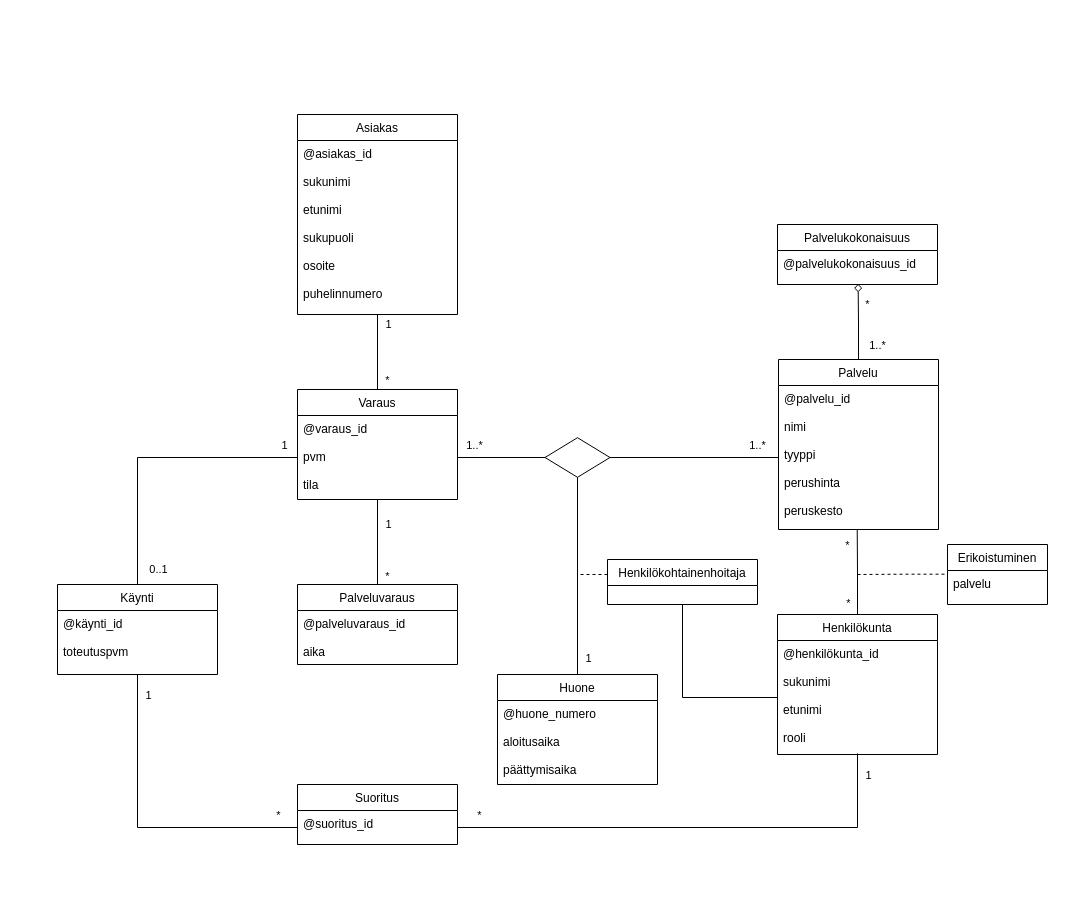
Earlier version of the draw.io diagram SQL mallintamis.drawio (lucylucyy/diagrams). Source tidied: cells renumbered, new cells numbered last; positions are measured from the earlier drawing's top-left corner, leaving out a move shared by most shapes. Both pictures are drawn from the tidied source at 100%, with x=0, y=0 at pixel (57, 114).
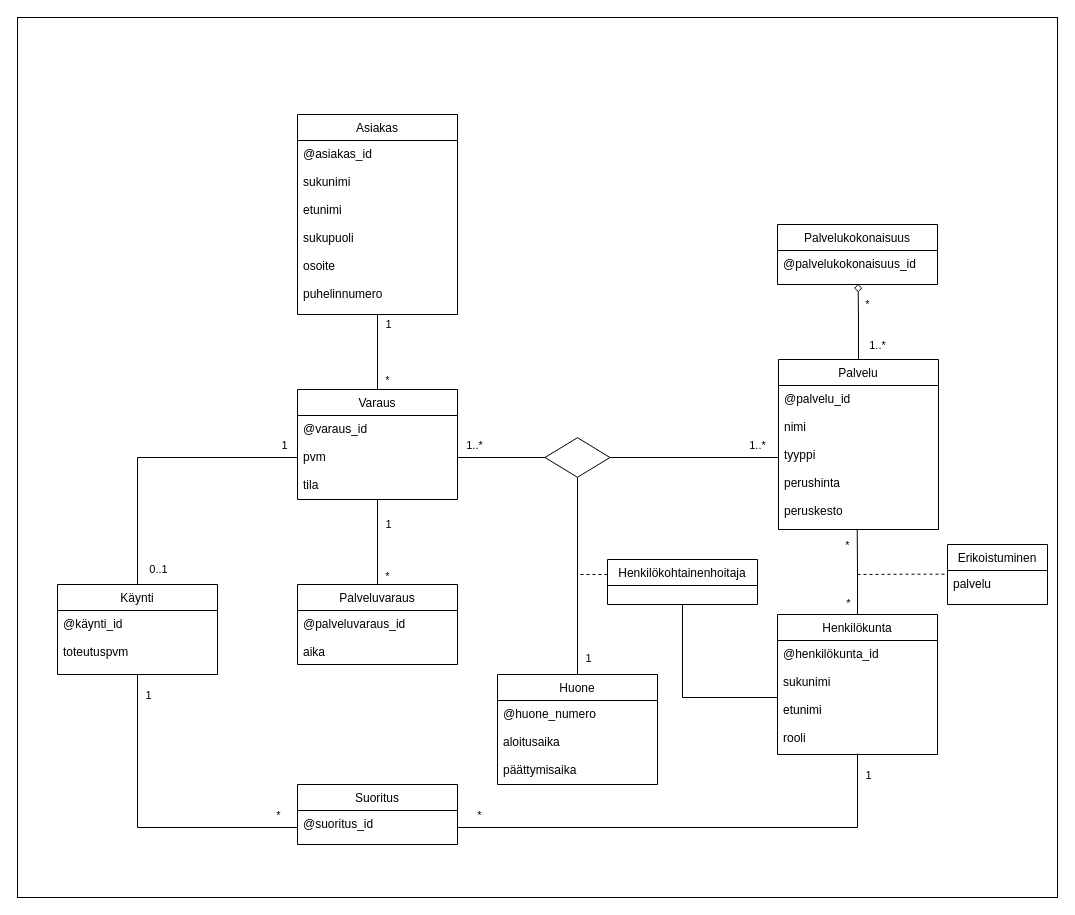
The same diagram, later.

What changed in the source:
```diff
@@
-<mxGraphModel>
+<mxGraphModel background="#ffffff">
@@
+    <mxCell id="55" style="whiteSpace=wrap;html=1;" parent="1" vertex="1">
+      <mxGeometry x="-40" y="-97" width="1040" height="880" as="geometry" />
+    </mxCell>
```
